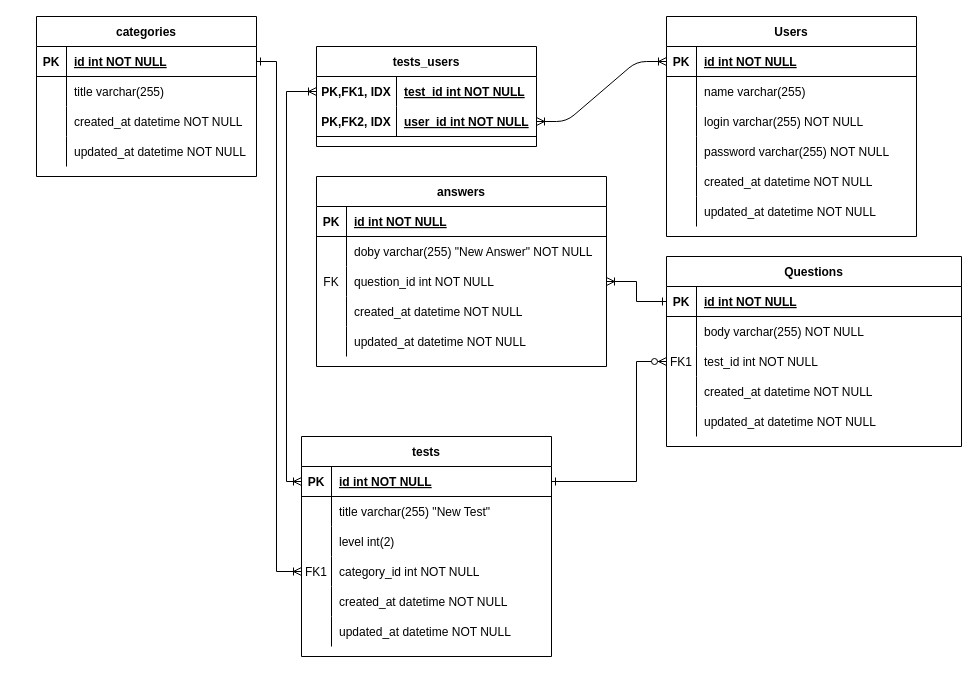
The draw.io diagram db/entity_relationship_diagram.drawio in mubat/testguru_rails_course, before the edit. Source tidied: cells renumbered, new cells numbered last; positions are measured from the earlier drawing's top-left corner, leaving out a move shared by most shapes. Both pictures are drawn from the tidied source at 100%, with x=0, y=0 at pixel (36, 16).
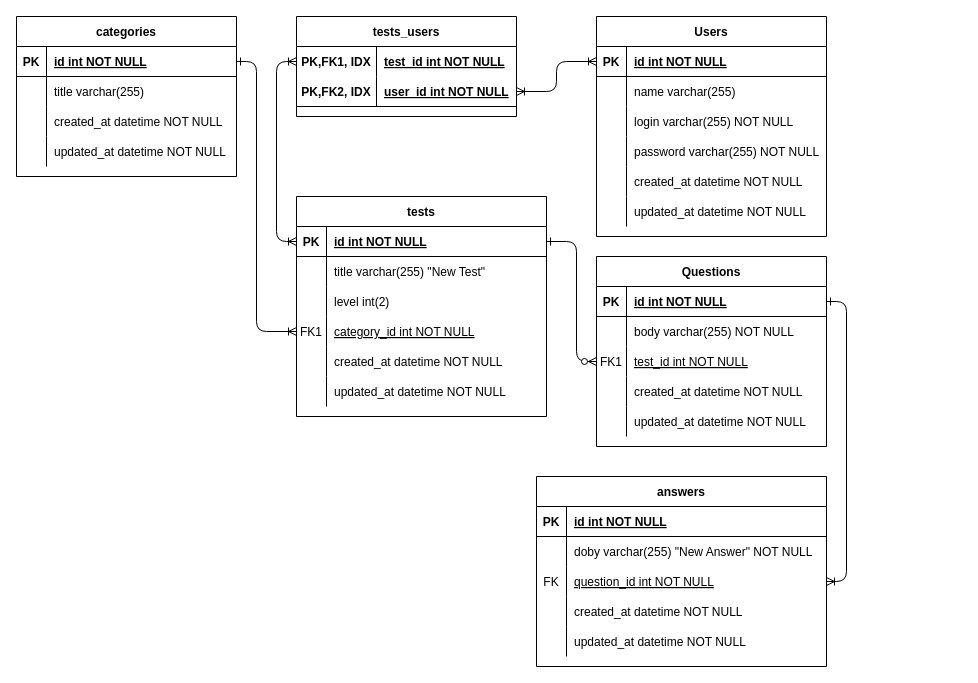
The same page after the edit.

Commit message:
diagram view correction

Unchanged cells that the change refers to:
```xml
<mxCell id="5" style="shape=partialRectangle;fillColor=none;points=[[0,0.5],[1,0.5]];portConstraint=eastwest;top=0;left=0;right=0;bottom=1;" parent="4" vertex="1">
  <mxGeometry y="30" width="250" height="30" as="geometry" />
</mxCell>
<mxCell id="14" style="shape=partialRectangle;fillColor=none;points=[[0,0.5],[1,0.5]];portConstraint=eastwest;top=0;left=0;right=0;bottom=0;" parent="4" vertex="1">
  <mxGeometry y="120" width="250" height="30" as="geometry" />
</mxCell>
<mxCell id="59" style="shape=partialRectangle;fillColor=none;top=0;left=0;bottom=0;right=0;points=[[0,0.5],[1,0.5]];portConstraint=eastwest;" parent="58" vertex="1">
  <mxGeometry y="30" width="220" height="30" as="geometry" />
</mxCell>
<mxCell id="62" style="shape=partialRectangle;fillColor=none;top=0;left=0;bottom=1;right=0;points=[[0,0.5],[1,0.5]];portConstraint=eastwest;" parent="58" vertex="1">
  <mxGeometry y="60" width="220" height="30" as="geometry" />
</mxCell>
<mxCell id="67" style="shape=partialRectangle;fillColor=none;top=0;left=0;bottom=1;right=0;points=[[0,0.5],[1,0.5]];portConstraint=eastwest;" parent="66" vertex="1">
  <mxGeometry y="30" width="220" height="30" as="geometry" />
</mxCell>
<mxCell id="86" style="shape=partialRectangle;fillColor=none;top=0;left=0;bottom=0;right=0;points=[[0,0.5],[1,0.5]];portConstraint=eastwest;" parent="79" vertex="1">
  <mxGeometry y="90" width="290" height="30" as="geometry" />
</mxCell>
```

Diff of the diagram source:
```diff
@@
-    <mxCell id="2" style="edgeStyle=entityRelationEdgeStyle;endArrow=ERoneToMany;startArrow=ERoneToMany;endFill=0;startFill=0;entryX=1;entryY=0.5;entryDx=0;entryDy=0;" parent="1" edge="1" source="40" target="62">
+    <mxCell id="2" style="edgeStyle=orthogonalEdgeStyle;endArrow=ERoneToMany;startArrow=ERoneToMany;endFill=0;startFill=0;entryX=1;entryY=0.5;entryDx=0;entryDy=0;" parent="1" edge="1" source="40" target="62">
       <mxGeometry relative="1" as="geometry" />
     </mxCell>
-    <mxCell id="3" style="edgeStyle=orthogonalEdgeStyle;endArrow=ERzeroToMany;startArrow=ERone;endFill=1;startFill=0;rounded=0;" parent="1" edge="1" source="5" target="30">
+    <mxCell id="3" style="edgeStyle=orthogonalEdgeStyle;endArrow=ERzeroToMany;startArrow=ERone;endFill=1;startFill=0;rounded=1;exitX=1;exitY=0.5;exitDx=0;exitDy=0;" parent="1" edge="1" source="5" target="30">
       <mxGeometry relative="1" as="geometry">
         <Array as="points">
-          <mxPoint x="600" y="465" />
-          <mxPoint x="600" y="345" />
+          <mxPoint x="540" y="225" />
+          <mxPoint x="540" y="345" />
         </Array>
       </mxGeometry>
     </mxCell>
     <mxCell id="4" value="tests" style="shape=table;startSize=30;childLayout=tableLayout;rowLines=0;fontStyle=1;align=center;" parent="1" vertex="1">
-      <mxGeometry x="265" y="420" width="250" height="220" as="geometry" />
+      <mxGeometry x="260" y="180" width="250" height="220" as="geometry" />
     </mxCell>
@@
-    <mxCell id="16" value="category_id int NOT NULL" style="shape=partialRectangle;overflow=hidden;fillColor=none;top=0;left=0;bottom=0;right=0;align=left;spacingLeft=6;" parent="14" vertex="1">
+    <mxCell id="16" value="category_id int NOT NULL" style="shape=partialRectangle;overflow=hidden;fillColor=none;top=0;left=0;bottom=0;right=0;align=left;spacingLeft=6;shadow=0;fontStyle=4;" parent="14" vertex="1">
       <mxGeometry x="30" width="220" height="30" as="geometry" />
     </mxCell>
@@
     <mxCell id="23" value="Questions" style="shape=table;startSize=30;childLayout=tableLayout;rowLines=0;fontStyle=1;align=center;" parent="1" vertex="1">
-      <mxGeometry x="630" y="240" width="295" height="190" as="geometry" />
+      <mxGeometry x="560" y="240" width="230" height="190" as="geometry" />
     </mxCell>
     <mxCell id="24" style="shape=partialRectangle;fillColor=none;points=[[0,0.5],[1,0.5]];portConstraint=eastwest;top=0;left=0;right=0;bottom=1;" parent="23" vertex="1">
-      <mxGeometry y="30" width="295" height="30" as="geometry" />
+      <mxGeometry y="30" width="230" height="30" as="geometry" />
     </mxCell>
@@
     <mxCell id="26" value="id int NOT NULL" style="shape=partialRectangle;overflow=hidden;fillColor=none;top=0;left=0;bottom=0;right=0;align=left;spacingLeft=6;fontStyle=5;" parent="24" vertex="1">
-      <mxGeometry x="30" width="265" height="30" as="geometry" />
+      <mxGeometry x="30" width="200" height="30" as="geometry" />
     </mxCell>
     <mxCell id="27" style="shape=partialRectangle;fillColor=none;top=0;left=0;right=0;bottom=0;" parent="23" vertex="1">
-      <mxGeometry y="60" width="295" height="30" as="geometry" />
+      <mxGeometry y="60" width="230" height="30" as="geometry" />
     </mxCell>
@@
     <mxCell id="29" value="body varchar(255) NOT NULL" style="shape=partialRectangle;overflow=hidden;fillColor=none;top=0;left=0;bottom=0;right=0;align=left;spacingLeft=6;" parent="27" vertex="1">
-      <mxGeometry x="30" width="265" height="30" as="geometry" />
+      <mxGeometry x="30" width="200" height="30" as="geometry" />
     </mxCell>
     <mxCell id="30" style="shape=partialRectangle;fillColor=none;points=[[0,0.5],[1,0.5]];portConstraint=eastwest;top=0;left=0;right=0;bottom=0;" parent="23" vertex="1">
-      <mxGeometry y="90" width="295" height="30" as="geometry" />
+      <mxGeometry y="90" width="230" height="30" as="geometry" />
     </mxCell>
@@
-    <mxCell id="32" value="test_id int NOT NULL" style="shape=partialRectangle;overflow=hidden;fillColor=none;top=0;left=0;bottom=0;right=0;align=left;spacingLeft=6;" parent="30" vertex="1">
-      <mxGeometry x="30" width="265" height="30" as="geometry" />
+    <mxCell id="32" value="test_id int NOT NULL" style="shape=partialRectangle;overflow=hidden;fillColor=none;top=0;left=0;bottom=0;right=0;align=left;spacingLeft=6;fontStyle=4;" parent="30" vertex="1">
+      <mxGeometry x="30" width="200" height="30" as="geometry" />
     </mxCell>
     <mxCell id="33" style="shape=partialRectangle;fillColor=none;top=0;left=0;right=0;bottom=0;" parent="23" vertex="1">
-      <mxGeometry y="120" width="295" height="30" as="geometry" />
+      <mxGeometry y="120" width="230" height="30" as="geometry" />
     </mxCell>
@@
     <mxCell id="35" value="created_at datetime NOT NULL" style="shape=partialRectangle;overflow=hidden;fillColor=none;top=0;left=0;bottom=0;right=0;align=left;spacingLeft=6;" parent="33" vertex="1">
-      <mxGeometry x="30" width="265" height="30" as="geometry" />
+      <mxGeometry x="30" width="200" height="30" as="geometry" />
     </mxCell>
     <mxCell id="36" style="shape=partialRectangle;fillColor=none;top=0;left=0;right=0;bottom=0;" parent="23" vertex="1">
-      <mxGeometry y="150" width="295" height="30" as="geometry" />
+      <mxGeometry y="150" width="230" height="30" as="geometry" />
     </mxCell>
@@
     <mxCell id="38" value="updated_at datetime NOT NULL" style="shape=partialRectangle;overflow=hidden;fillColor=none;top=0;left=0;bottom=0;right=0;align=left;spacingLeft=6;" parent="36" vertex="1">
-      <mxGeometry x="30" width="265" height="30" as="geometry" />
+      <mxGeometry x="30" width="200" height="30" as="geometry" />
     </mxCell>
     <mxCell id="39" value="Users" style="shape=table;startSize=30;childLayout=tableLayout;rowLines=0;fontStyle=1;align=center;" parent="1" vertex="1">
-      <mxGeometry x="630" width="250" height="220" as="geometry" />
+      <mxGeometry x="560" width="230" height="220" as="geometry" />
     </mxCell>
     <mxCell id="40" style="shape=partialRectangle;fillColor=none;points=[[0,0.5],[1,0.5]];portConstraint=eastwest;top=0;left=0;right=0;bottom=1;" parent="39" vertex="1">
-      <mxGeometry y="30" width="250" height="30" as="geometry" />
+      <mxGeometry y="30" width="230" height="30" as="geometry" />
     </mxCell>
@@
     <mxCell id="42" value="id int NOT NULL " style="shape=partialRectangle;overflow=hidden;fillColor=none;top=0;left=0;bottom=0;right=0;align=left;spacingLeft=6;fontStyle=5;" parent="40" vertex="1">
-      <mxGeometry x="30" width="220" height="30" as="geometry" />
+      <mxGeometry x="30" width="200" height="30" as="geometry" />
     </mxCell>
     <mxCell id="43" style="shape=partialRectangle;fillColor=none;top=0;left=0;right=0;bottom=0;" parent="39" vertex="1">
-      <mxGeometry y="60" width="250" height="30" as="geometry" />
+      <mxGeometry y="60" width="230" height="30" as="geometry" />
     </mxCell>
@@
     <mxCell id="45" value="name varchar(255)" style="shape=partialRectangle;overflow=hidden;fillColor=none;top=0;left=0;bottom=0;right=0;align=left;spacingLeft=6;" parent="43" vertex="1">
-      <mxGeometry x="30" width="220" height="30" as="geometry" />
+      <mxGeometry x="30" width="200" height="30" as="geometry" />
     </mxCell>
     <mxCell id="46" style="shape=partialRectangle;fillColor=none;top=0;left=0;right=0;bottom=0;" parent="39" vertex="1">
-      <mxGeometry y="90" width="250" height="30" as="geometry" />
+      <mxGeometry y="90" width="230" height="30" as="geometry" />
     </mxCell>
@@
     <mxCell id="48" value="login varchar(255) NOT NULL" style="shape=partialRectangle;overflow=hidden;fillColor=none;top=0;left=0;bottom=0;right=0;align=left;spacingLeft=6;" parent="46" vertex="1">
-      <mxGeometry x="30" width="220" height="30" as="geometry" />
+      <mxGeometry x="30" width="200" height="30" as="geometry" />
     </mxCell>
     <mxCell id="49" style="shape=partialRectangle;fillColor=none;top=0;left=0;right=0;bottom=0;" parent="39" vertex="1">
-      <mxGeometry y="120" width="250" height="30" as="geometry" />
+      <mxGeometry y="120" width="230" height="30" as="geometry" />
     </mxCell>
@@
     <mxCell id="51" value="password varchar(255) NOT NULL" style="shape=partialRectangle;overflow=hidden;fillColor=none;top=0;left=0;bottom=0;right=0;align=left;spacingLeft=6;" parent="49" vertex="1">
-      <mxGeometry x="30" width="220" height="30" as="geometry" />
+      <mxGeometry x="30" width="200" height="30" as="geometry" />
     </mxCell>
     <mxCell id="52" style="shape=partialRectangle;fillColor=none;top=0;left=0;right=0;bottom=0;" parent="39" vertex="1">
-      <mxGeometry y="150" width="250" height="30" as="geometry" />
+      <mxGeometry y="150" width="230" height="30" as="geometry" />
     </mxCell>
@@
     <mxCell id="54" value="created_at datetime NOT NULL" style="shape=partialRectangle;overflow=hidden;fillColor=none;top=0;left=0;bottom=0;right=0;align=left;spacingLeft=6;" parent="52" vertex="1">
-      <mxGeometry x="30" width="220" height="30" as="geometry" />
+      <mxGeometry x="30" width="200" height="30" as="geometry" />
     </mxCell>
     <mxCell id="55" style="shape=partialRectangle;fillColor=none;top=0;left=0;right=0;bottom=0;" parent="39" vertex="1">
-      <mxGeometry y="180" width="250" height="30" as="geometry" />
+      <mxGeometry y="180" width="230" height="30" as="geometry" />
     </mxCell>
@@
     <mxCell id="57" value="updated_at datetime NOT NULL" style="shape=partialRectangle;overflow=hidden;fillColor=none;top=0;left=0;bottom=0;right=0;align=left;spacingLeft=6;" parent="55" vertex="1">
-      <mxGeometry x="30" width="220" height="30" as="geometry" />
+      <mxGeometry x="30" width="200" height="30" as="geometry" />
     </mxCell>
     <mxCell id="58" value="tests_users" style="shape=table;startSize=30;childLayout=tableLayout;rowLines=0;fontStyle=1;align=center;" parent="1" vertex="1">
-      <mxGeometry x="280" y="30" width="220" height="100" as="geometry" />
+      <mxGeometry x="260" width="220" height="100" as="geometry" />
     </mxCell>
@@
-    <mxCell id="65" style="edgeStyle=orthogonalEdgeStyle;rounded=0;jettySize=auto;html=1;exitX=1;exitY=0.5;exitDx=0;exitDy=0;entryX=0;entryY=0.5;entryDx=0;entryDy=0;endArrow=ERoneToMany;endFill=0;startArrow=ERone;startFill=0;" parent="1" edge="1" source="67" target="14">
+    <mxCell id="65" style="edgeStyle=orthogonalEdgeStyle;rounded=1;jettySize=auto;html=1;exitX=1;exitY=0.5;exitDx=0;exitDy=0;entryX=0;entryY=0.5;entryDx=0;entryDy=0;endArrow=ERoneToMany;endFill=0;startArrow=ERone;startFill=0;" parent="1" edge="1" source="67" target="14">
       <mxGeometry relative="1" as="geometry">
         <Array as="points">
-          <mxPoint x="240" y="45" />
-          <mxPoint x="240" y="555" />
+          <mxPoint x="220" y="45" />
+          <mxPoint x="220" y="315" />
         </Array>
       </mxGeometry>
     </mxCell>
     <mxCell id="66" value="categories" style="shape=table;startSize=30;childLayout=tableLayout;rowLines=0;fontStyle=1;align=center;" parent="1" vertex="1">
-      <mxGeometry width="220" height="160" as="geometry" />
+      <mxGeometry x="-20" width="220" height="160" as="geometry" />
     </mxCell>
@@
     <mxCell id="79" value="answers" style="shape=table;startSize=30;childLayout=tableLayout;rowLines=0;fontStyle=1;align=center;" parent="1" vertex="1">
-      <mxGeometry x="280" y="160" width="290" height="190" as="geometry" />
+      <mxGeometry x="500" y="460" width="290" height="190" as="geometry" />
     </mxCell>
@@
-    <mxCell id="88" value="question_id int NOT NULL" style="shape=partialRectangle;fillColor=none;top=0;left=0;bottom=0;right=0;align=left;spacingLeft=6;overflow=hidden;" parent="86" vertex="1">
+    <mxCell id="88" value="question_id int NOT NULL" style="shape=partialRectangle;fillColor=none;top=0;left=0;bottom=0;right=0;align=left;spacingLeft=6;overflow=hidden;fontStyle=4;" parent="86" vertex="1">
       <mxGeometry x="30" width="260" height="30" as="geometry" />
     </mxCell>
@@
-    <mxCell id="95" style="edgeStyle=orthogonalEdgeStyle;rounded=0;jettySize=auto;html=1;exitX=0;exitY=0.5;exitDx=0;exitDy=0;startArrow=ERoneToMany;startFill=0;endArrow=ERoneToMany;endFill=0;entryX=0;entryY=0.5;entryDx=0;entryDy=0;" parent="1" edge="1" source="5" target="59">
+    <mxCell id="95" style="edgeStyle=orthogonalEdgeStyle;rounded=1;jettySize=auto;html=1;exitX=0;exitY=0.5;exitDx=0;exitDy=0;startArrow=ERoneToMany;startFill=0;endArrow=ERoneToMany;endFill=0;entryX=0;entryY=0.5;entryDx=0;entryDy=0;" parent="1" edge="1" source="5" target="59">
       <mxGeometry relative="1" as="geometry">
         <Array as="points">
-          <mxPoint x="250" y="465" />
-          <mxPoint x="250" y="75" />
+          <mxPoint x="240" y="225" />
+          <mxPoint x="240" y="45" />
         </Array>
       </mxGeometry>
     </mxCell>
-    <mxCell id="96" style="edgeStyle=orthogonalEdgeStyle;rounded=0;jettySize=auto;html=1;exitX=1;exitY=0.5;exitDx=0;exitDy=0;entryX=0;entryY=0.5;entryDx=0;entryDy=0;startArrow=ERoneToMany;startFill=0;endArrow=ERone;endFill=0;" parent="1" edge="1" source="86" target="24">
+    <mxCell id="96" style="edgeStyle=orthogonalEdgeStyle;rounded=1;jettySize=auto;html=1;exitX=1;exitY=0.5;exitDx=0;exitDy=0;startArrow=ERoneToMany;startFill=0;endArrow=ERone;endFill=0;" parent="1" edge="1" source="86" target="24">
       <mxGeometry relative="1" as="geometry">
         <Array as="points">
-          <mxPoint x="600" y="265" />
-          <mxPoint x="600" y="285" />
+          <mxPoint x="810" y="565" />
+          <mxPoint x="810" y="285" />
         </Array>
       </mxGeometry>
     </mxCell>
```
